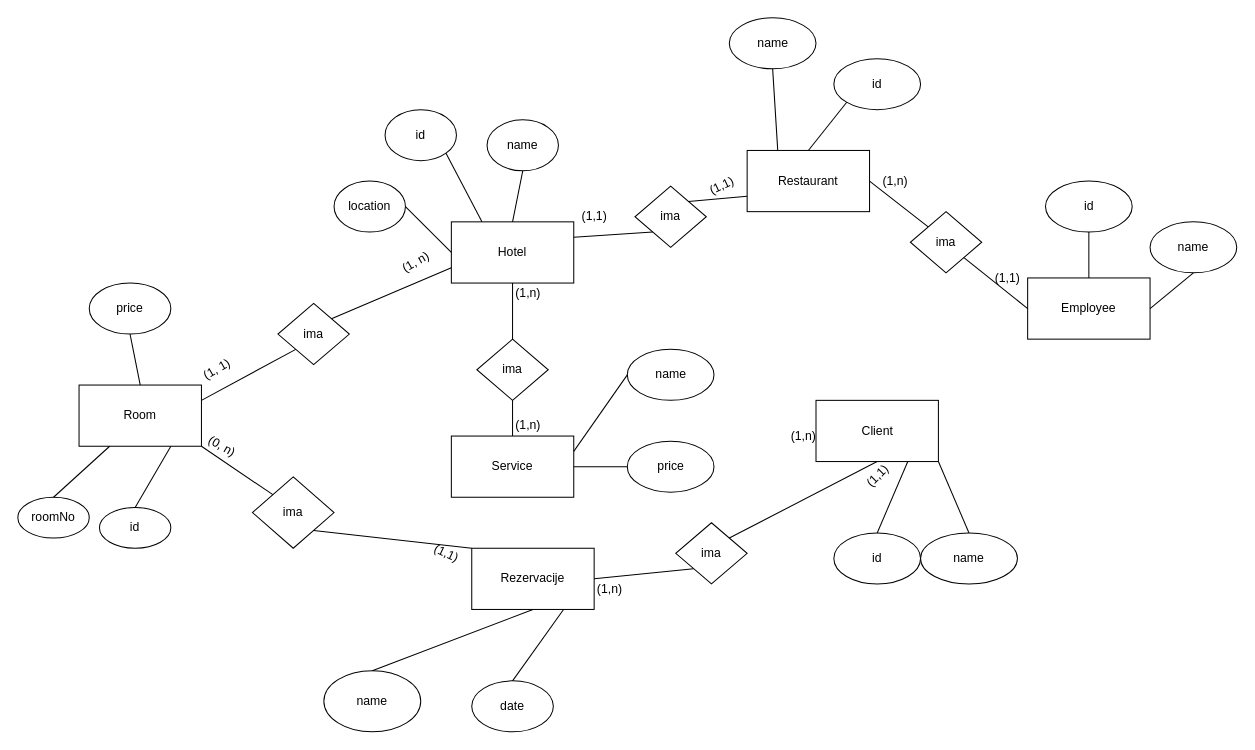
Earlier version of the draw.io diagram ERdiagramPRO2.drawio (antongj2000/hotel). Source tidied: cells renumbered, new cells numbered last; positions are measured from the earlier drawing's top-left corner, leaving out a move shared by most shapes. Both pictures are drawn from the tidied source at 102%, with x=0, y=0 at pixel (17, 17).
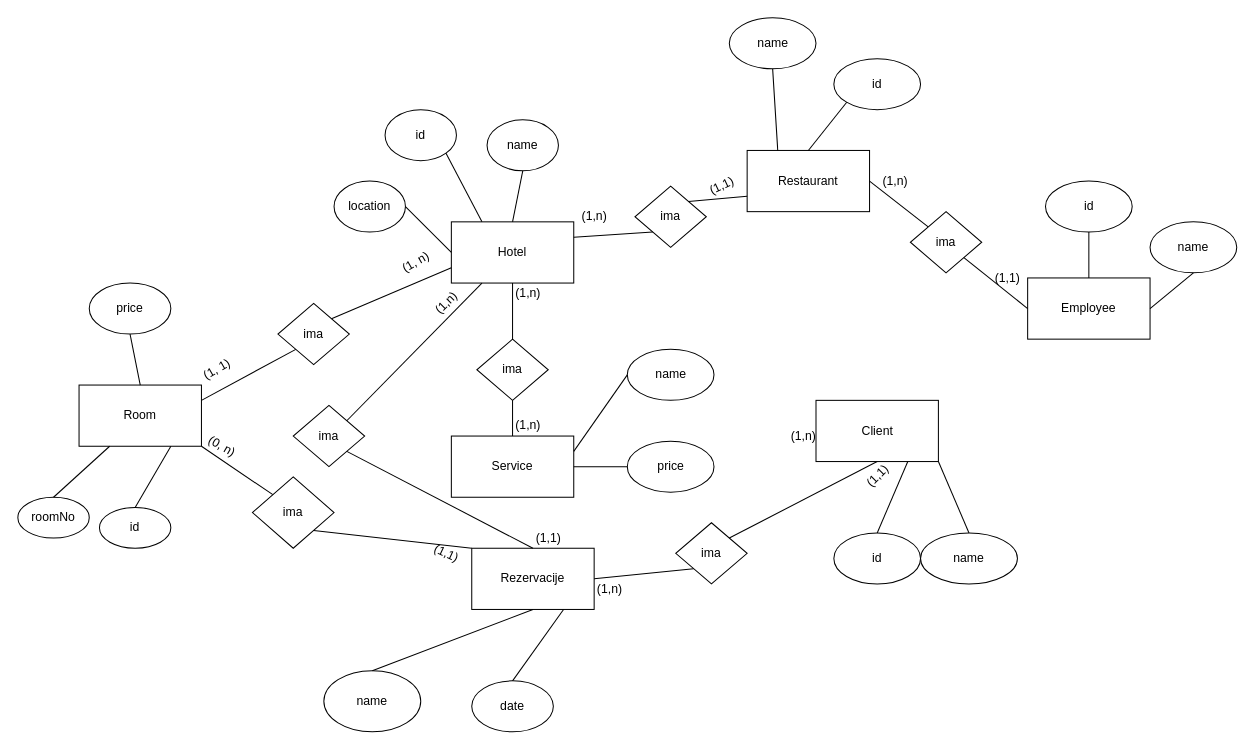
After the change.

Commit message (it also covers changes not shown here):
novi komit

The change refers to these unchanged cells:
```xml
<mxCell id="2" value="Hotel" style="rounded=0;whiteSpace=wrap;html=1;" parent="1" vertex="1">
  <mxGeometry x="425" y="200" width="120" height="60" as="geometry" />
</mxCell>
<mxCell id="4" value="Rezervacije" style="rounded=0;whiteSpace=wrap;html=1;" parent="1" vertex="1">
  <mxGeometry x="445" y="520" width="120" height="60" as="geometry" />
</mxCell>
```

Diff of the diagram source:
```diff
@@
-    <mxCell id="46" value="(1,1)" style="text;html=1;align=center;verticalAlign=middle;strokeColor=none;fillColor=none;" parent="1" vertex="1">
+    <mxCell id="46" value="(1,n)" style="text;html=1;align=center;verticalAlign=middle;strokeColor=none;fillColor=none;" parent="1" vertex="1">
       <mxGeometry x="540" y="180" width="50" height="30" as="geometry" />
     </mxCell>
@@
+    <mxCell id="72" value="ima" style="rhombus;whiteSpace=wrap;html=1;" parent="1" vertex="1">
+      <mxGeometry x="270" y="380" width="70" height="60" as="geometry" />
+    </mxCell>
+    <mxCell id="73" style="endArrow=none;html=1;rounded=0;entryX=1;entryY=1;entryDx=0;entryDy=0;exitX=0.5;exitY=0;exitDx=0;exitDy=0;" parent="1" edge="1" source="4" target="72">
+      <mxGeometry relative="1" as="geometry" />
+    </mxCell>
+    <mxCell id="74" style="endArrow=none;html=1;rounded=0;entryX=0.25;entryY=1;entryDx=0;entryDy=0;exitX=1;exitY=0;exitDx=0;exitDy=0;" parent="1" edge="1" source="72" target="2">
+      <mxGeometry relative="1" as="geometry" />
+    </mxCell>
+    <mxCell id="75" value="(1,1)" style="text;html=1;align=center;verticalAlign=middle;strokeColor=none;fillColor=none;" parent="1" vertex="1">
+      <mxGeometry x="495" y="495" width="50" height="30" as="geometry" />
+    </mxCell>
+    <mxCell id="76" value="(1,n)" style="text;html=1;align=center;verticalAlign=middle;strokeColor=none;fillColor=none;rotation=-45;" parent="1" vertex="1">
+      <mxGeometry x="395" y="265" width="50" height="30" as="geometry" />
+    </mxCell>
```
